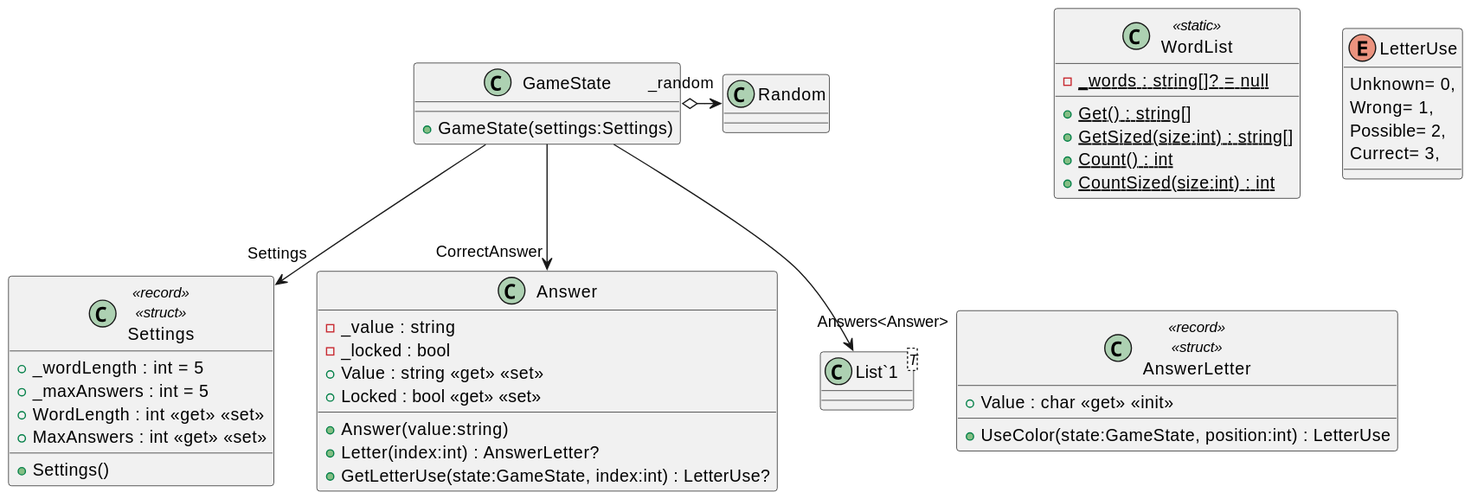
This is PlantUML/Model/include.svg from Caellian/UNIRI_OP_project, a PlantUML export, as it was before one commit.
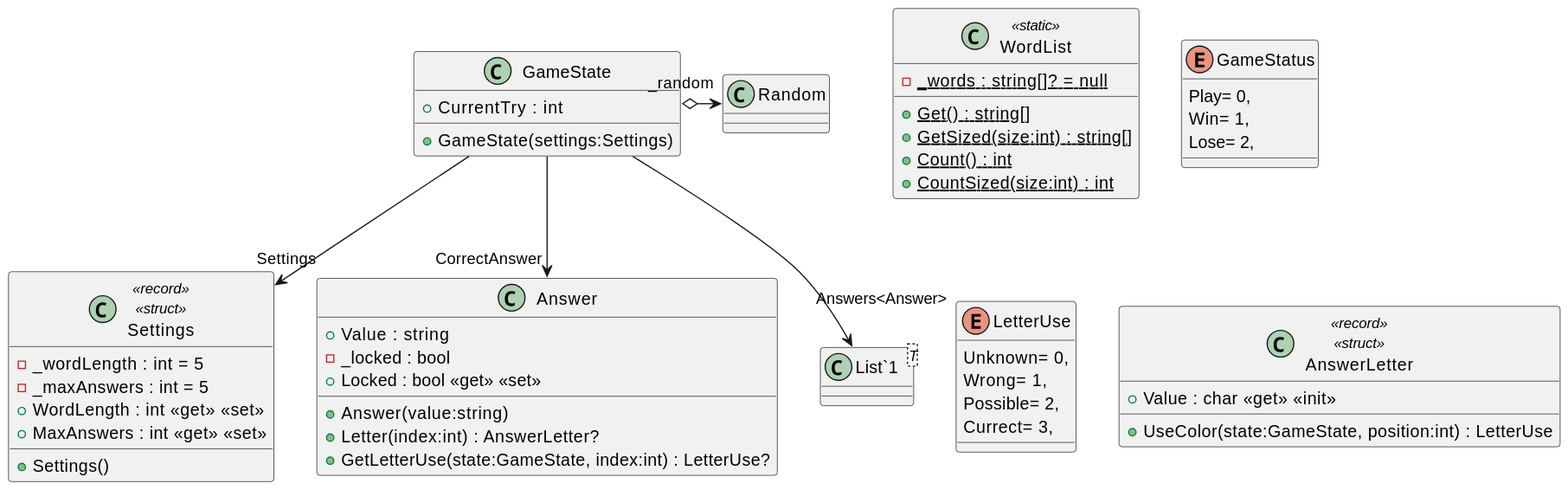
Above is the later version.

Change to the diagram source:
```diff
@@ -3,6 +3,7 @@
 !include ./WordList.puml
 !include ./Answer.puml
 !include ./GameState.puml
+!include ./GameStatus.puml
 !include ./LetterUse.puml
 !include ./AnswerLetter.puml
 @enduml
```
